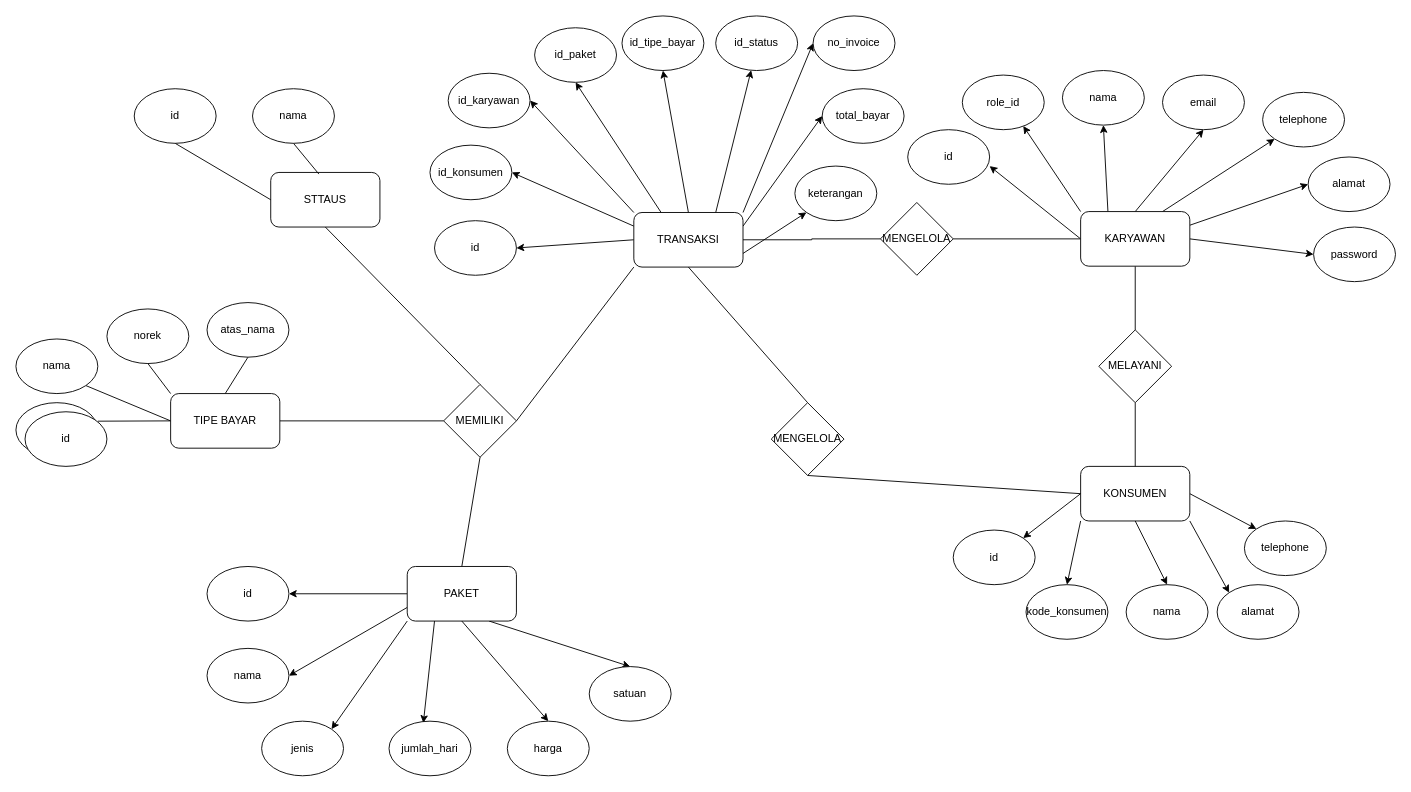
Above: page "ERD" (3 of 4) of Untitled Diagram.drawio in antowirantoIO/DompetSMEA (draw.io), before the change. Source tidied: cells renumbered, new cells numbered last; positions are measured from the earlier drawing's top-left corner, leaving out a move shared by most shapes. Both pictures are drawn from the tidied source at 91%, with x=0, y=0 at pixel (15, 15).
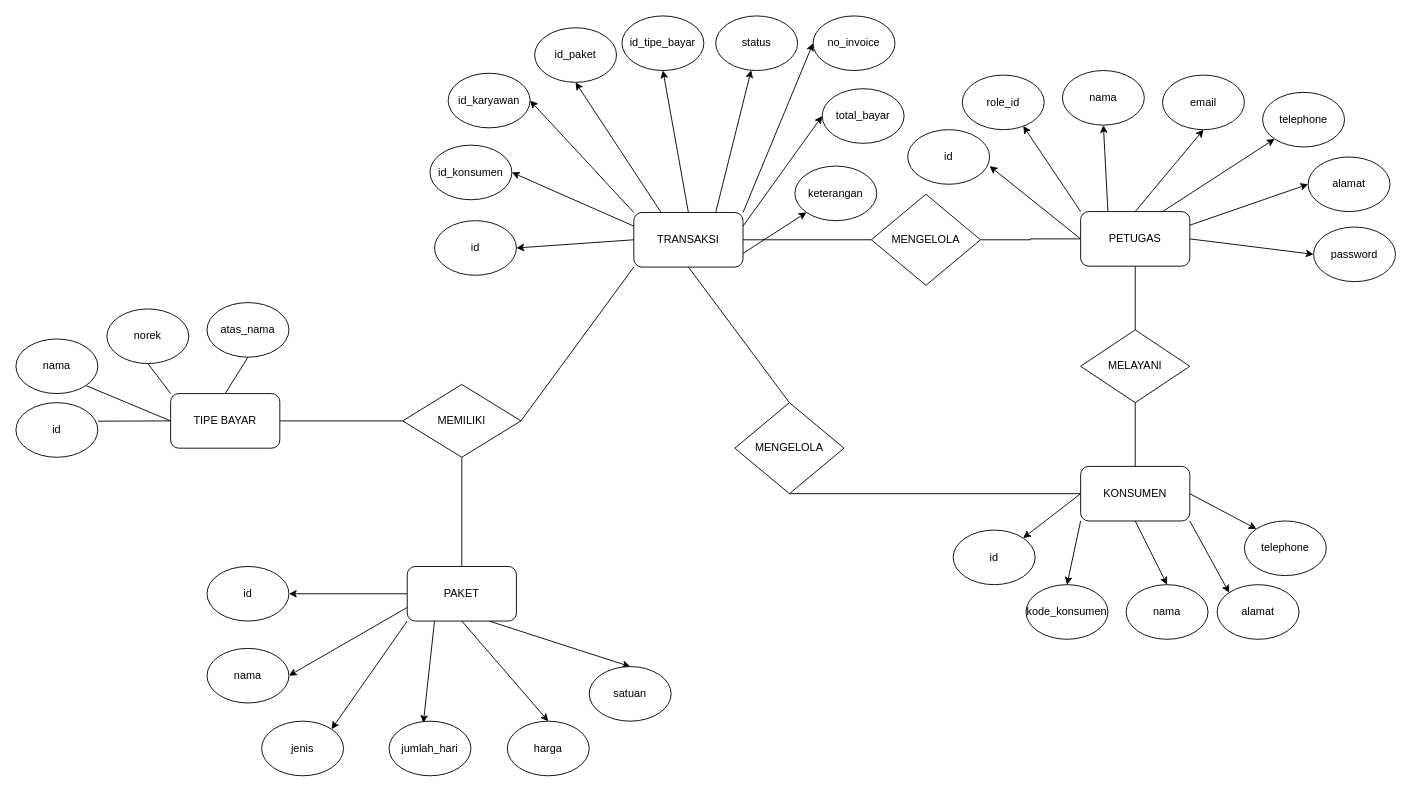
Above is the later version.

Change to the diagram source:
```diff
@@
-    <mxCell id="11" value="KARYAWAN" style="rounded=1;whiteSpace=wrap;html=1;" parent="1" vertex="1">
+    <mxCell id="11" value="PETUGAS" style="rounded=1;whiteSpace=wrap;html=1;" parent="1" vertex="1">
       <mxGeometry x="1170" y="215" width="120" height="60" as="geometry" />
     </mxCell>
@@
     <mxCell id="31" value="MELAYANI" style="rhombus;whiteSpace=wrap;html=1;" parent="1" vertex="1">
-      <mxGeometry x="1190" y="345" width="80" height="80" as="geometry" />
+      <mxGeometry x="1170" y="345" width="120" height="80" as="geometry" />
     </mxCell>
@@
     <mxCell id="45" value="MENGELOLA" style="rhombus;whiteSpace=wrap;html=1;" parent="1" vertex="1">
-      <mxGeometry x="950" y="205" width="80" height="80" as="geometry" />
+      <mxGeometry x="940" y="196" width="120" height="100" as="geometry" />
     </mxCell>
@@
     <mxCell id="47" value="MENGELOLA" style="rhombus;whiteSpace=wrap;html=1;" parent="1" vertex="1">
-      <mxGeometry x="830" y="425" width="80" height="80" as="geometry" />
+      <mxGeometry x="790" y="425" width="120" height="100" as="geometry" />
     </mxCell>
@@
-    <mxCell id="50" style="rounded=0;jettySize=auto;html=1;exitX=0.5;exitY=0;exitDx=0;exitDy=0;entryX=0.5;entryY=1;entryDx=0;entryDy=0;endArrow=none;endFill=0;" parent="1" edge="1" source="51" target="64">
-      <mxGeometry relative="1" as="geometry" />
-    </mxCell>
     <mxCell id="51" value="MEMILIKI" style="rhombus;whiteSpace=wrap;html=1;" parent="1" vertex="1">
-      <mxGeometry x="470" y="405" width="80" height="80" as="geometry" />
+      <mxGeometry x="425" y="405" width="130" height="80" as="geometry" />
     </mxCell>
@@
-    <mxCell id="64" value="STTAUS" style="rounded=1;whiteSpace=wrap;html=1;" parent="1" vertex="1">
-      <mxGeometry x="280" y="172" width="120" height="60" as="geometry" />
-    </mxCell>
@@
-    <mxCell id="70" value="id_status" style="ellipse;whiteSpace=wrap;html=1;" parent="1" vertex="1">
+    <mxCell id="70" value="status" style="ellipse;whiteSpace=wrap;html=1;" parent="1" vertex="1">
       <mxGeometry x="769" width="90" height="60" as="geometry" />
     </mxCell>
@@
-    <mxCell id="74" style="rounded=0;jettySize=auto;html=1;exitX=0.5;exitY=1;exitDx=0;exitDy=0;entryX=0;entryY=0.5;entryDx=0;entryDy=0;endArrow=none;endFill=0;" parent="1" edge="1" source="75" target="64">
-      <mxGeometry relative="1" as="geometry" />
-    </mxCell>
-    <mxCell id="75" value="id" style="ellipse;whiteSpace=wrap;html=1;" parent="1" vertex="1">
-      <mxGeometry x="130" y="80" width="90" height="60" as="geometry" />
-    </mxCell>
-    <mxCell id="76" style="rounded=0;jettySize=auto;html=1;exitX=0.5;exitY=1;exitDx=0;exitDy=0;entryX=0.441;entryY=0.03;entryDx=0;entryDy=0;entryPerimeter=0;endArrow=none;endFill=0;" parent="1" edge="1" source="77" target="64">
-      <mxGeometry relative="1" as="geometry" />
-    </mxCell>
-    <mxCell id="77" value="nama" style="ellipse;whiteSpace=wrap;html=1;" parent="1" vertex="1">
-      <mxGeometry x="260" y="80" width="90" height="60" as="geometry" />
-    </mxCell>
@@
-    <mxCell id="82" value="id" style="ellipse;whiteSpace=wrap;html=1;" parent="1" vertex="1">
-      <mxGeometry x="10" y="435" width="90" height="60" as="geometry" />
-    </mxCell>
```
